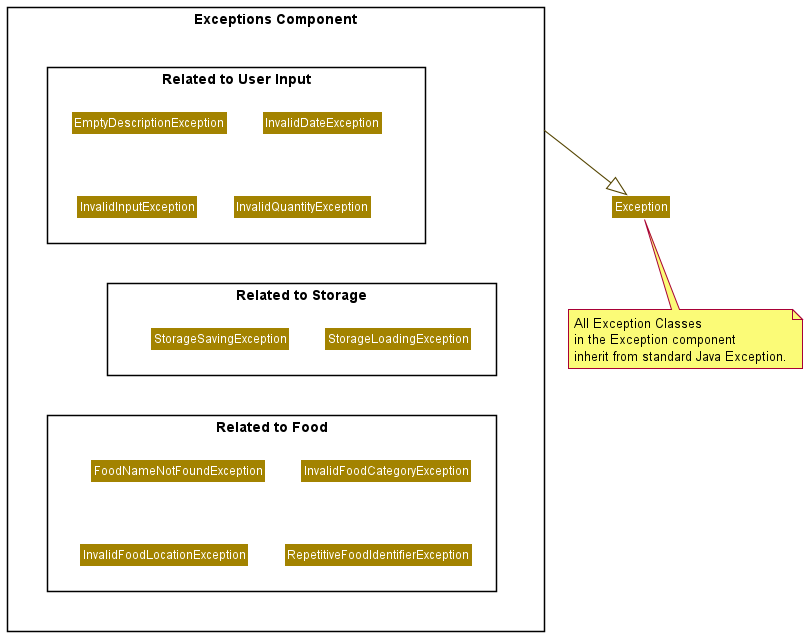
This is docs/diagrams/diagram_images/ExceptionClassDiagram.png from nus-cs2113-AY2021S2/tp, a PlantUML export, as it was before one commit. Its diagram source:
```plantuml
@startuml ExceptionClassDiagram
allow_mixing
!include style.puml
skinparam arrowThickness 1.1
skinparam arrowColor EXCEPTION_COLOR_T4
skinparam classBackgroundColor EXCEPTION_COLOR

package "Exceptions Component" <<Rectangle>> {
    package "Related to User Input" as ui <<Rectangle>> {
        class EmptyDescriptionException
        class InvalidDateException
        class InvalidInputException
        class InvalidQuantityException
    }

    package "Related to Food" as food <<Rectangle>> {
        class FoodNameNotFoundException
        class InvalidFoodCategoryException
        class InvalidFoodLocationException
        class RepetitiveFoodIdentifierException
    }

    package "Related to Storage" as storage <<Rectangle>> {
        class StorageLoadingException
        class StorageSavingException
    }
}

ui -[hidden]down--> storage
ui -[hidden]up> food
storage -[hidden]up-> food
"Exceptions Component" -down-|> Exception
note bottom of Exception : All Exception Classes\nin the Exception component \ninherit from standard Java Exception.


@enduml
```
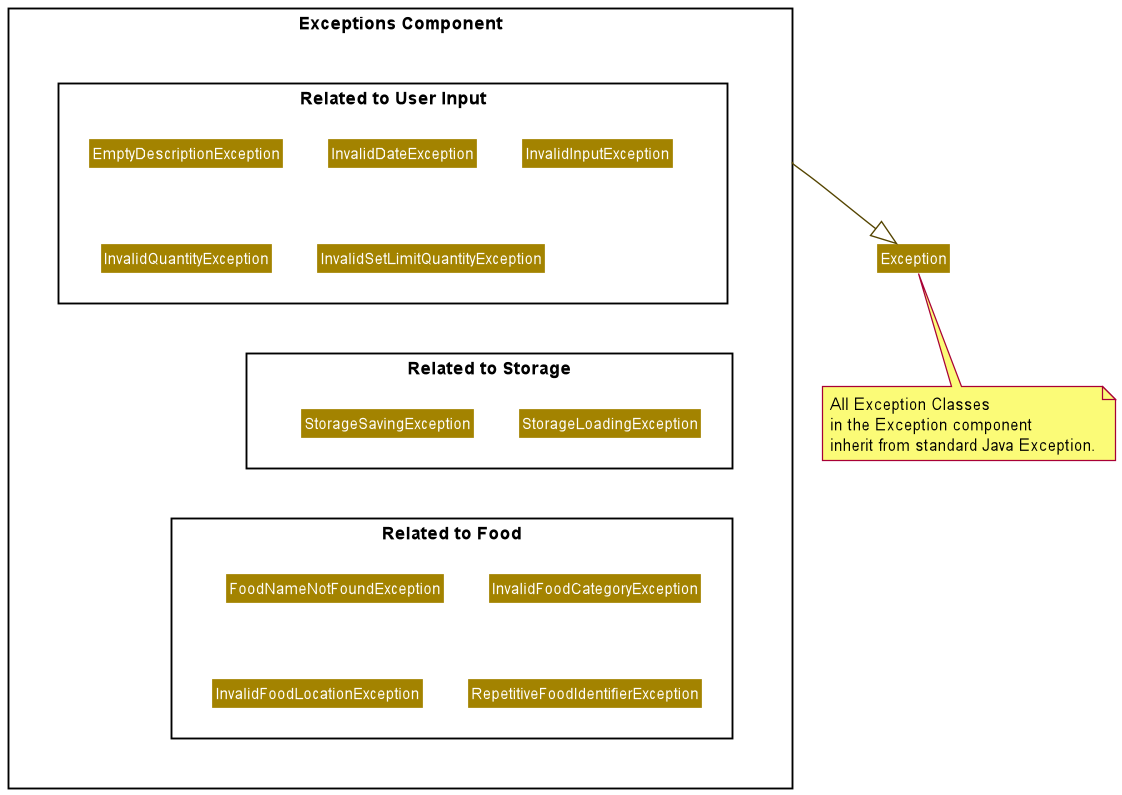
After the commit.

Change to the diagram source:
```diff
@@ -11,6 +11,7 @@
         class InvalidDateException
         class InvalidInputException
         class InvalidQuantityException
+        class InvalidSetLimitQuantityException
     }
 
     package "Related to Food" as food <<Rectangle>> {
```
